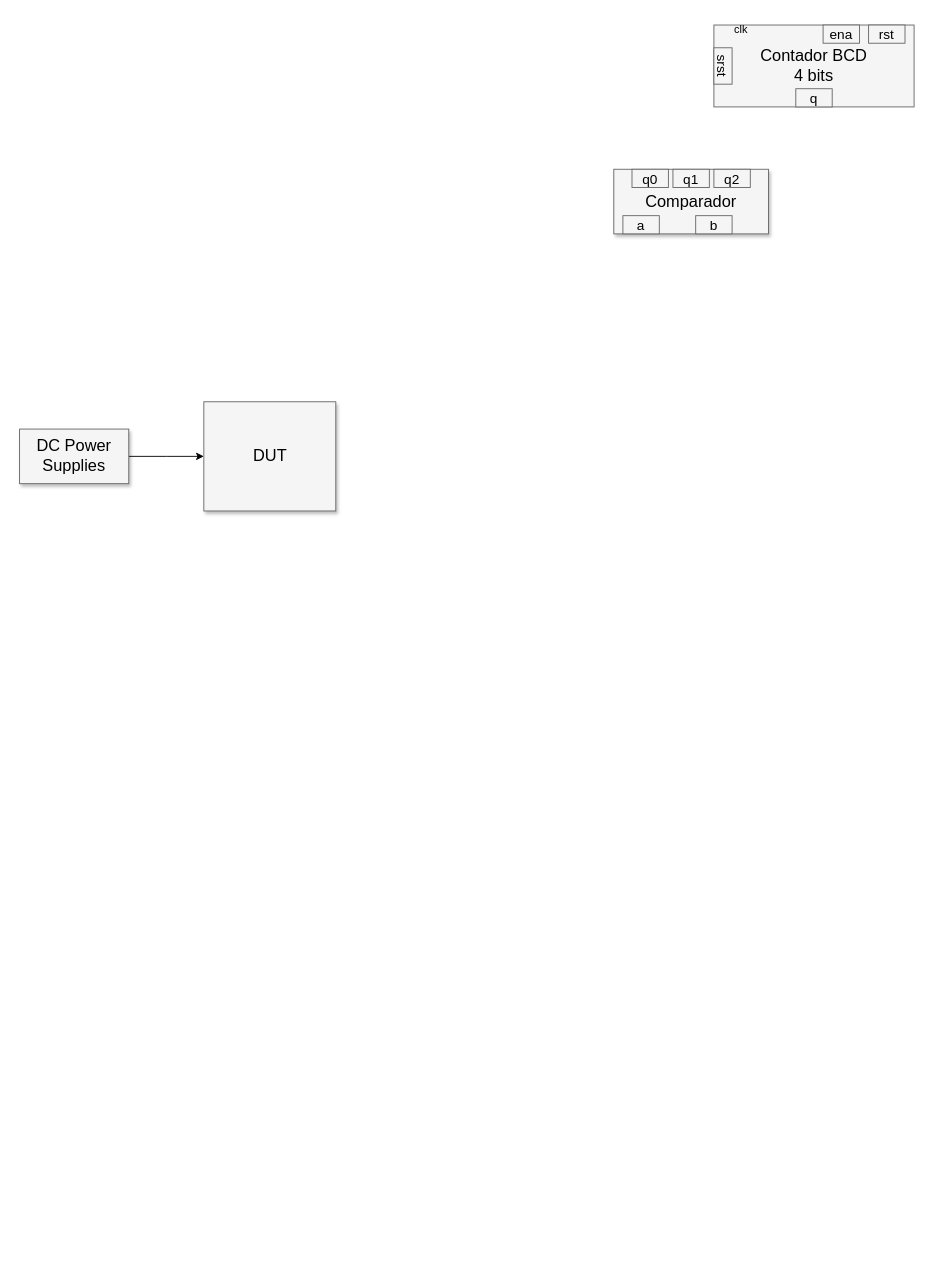
jmoro1/voltmeter keeps this draw.io diagram as template.drawio. Above is the earlier version. Source tidied: cells renumbered, new cells numbered last; positions are measured from the earlier drawing's top-left corner, leaving out a move shared by most shapes. Both pictures are drawn from the tidied source at 91%, with x=0, y=0 at pixel (19, 15).
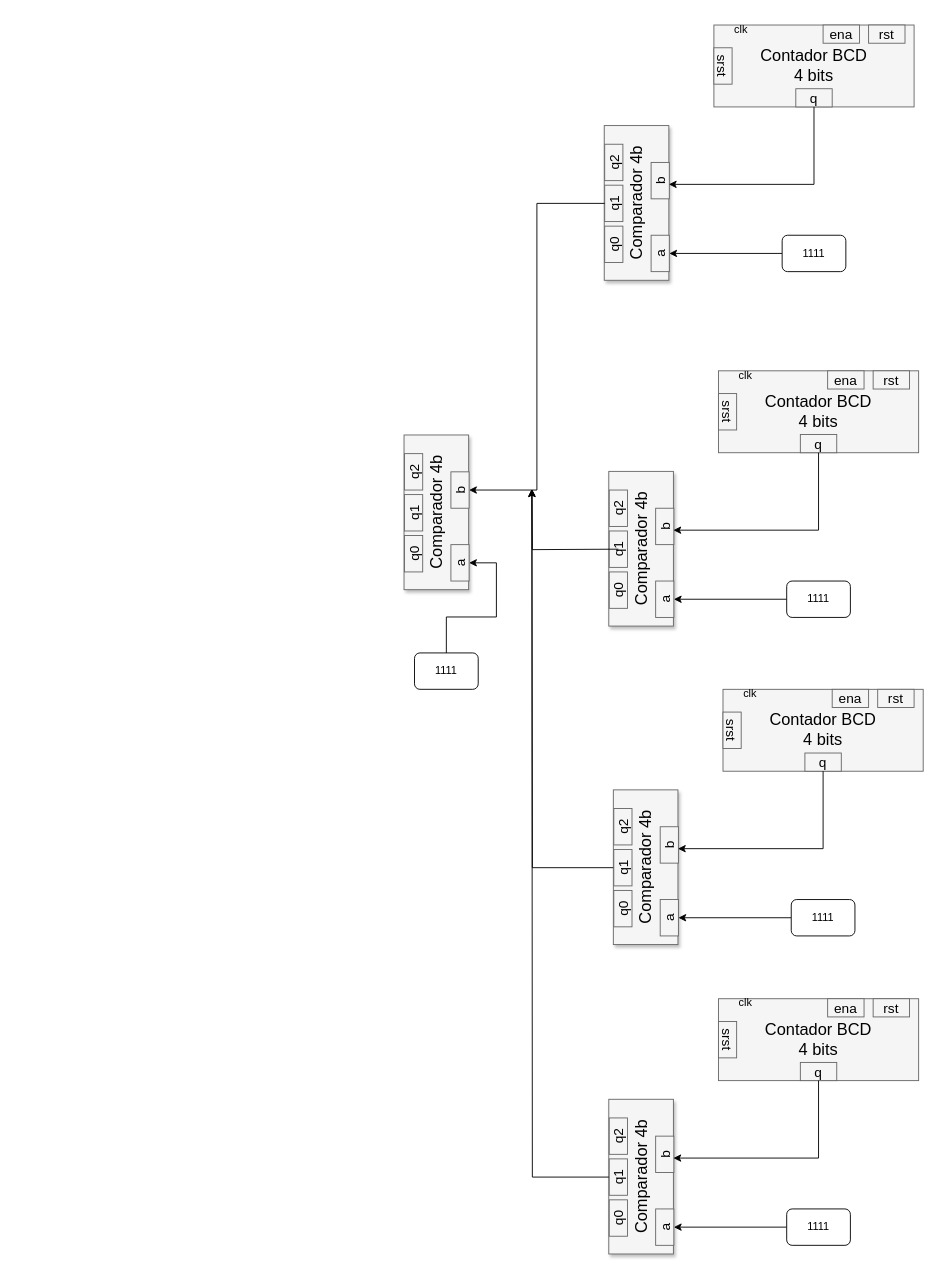
The same page after the edit.

Unchanged cells that the change refers to:
```xml
<mxCell id="11" value="q" style="whiteSpace=wrap;html=1;shadow=0;fontSize=15;fillColor=#f5f5f5;strokeColor=#666666;align=center;rotation=0;" parent="1" vertex="1">
  <mxGeometry x="853" y="80" width="40" height="20" as="geometry" />
</mxCell>
```

What changed in the source:
```diff
@@
-    <mxCell id="2" value="DUT" style="whiteSpace=wrap;html=1;shadow=1;fontSize=18;fillColor=#f5f5f5;strokeColor=#666666;" parent="1" vertex="1">
-      <mxGeometry x="202.5" y="424" width="145" height="120" as="geometry" />
-    </mxCell>
-    <mxCell id="3" style="edgeStyle=elbowEdgeStyle;rounded=0;html=1;startArrow=none;startFill=0;jettySize=auto;fontSize=18;elbow=vertical;" parent="1" edge="1" source="4" target="2">
-      <mxGeometry relative="1" as="geometry" />
-    </mxCell>
-    <mxCell id="4" value="DC Power Supplies" style="whiteSpace=wrap;html=1;shadow=1;fontSize=18;fillColor=#f5f5f5;strokeColor=#666666;" parent="1" vertex="1">
-      <mxGeometry y="454" width="120" height="60" as="geometry" />
-    </mxCell>
@@
-    <mxCell id="6" value="Comparador" style="whiteSpace=wrap;html=1;shadow=1;fontSize=18;fillColor=#f5f5f5;strokeColor=#666666;direction=west;points=[[0,0,0,0,0],[0,0.25,0,0,0],[0,0.5,0,0,0],[0,0.75,0,0,0],[0,1,0,0,0],[0.12,0,0,0,0],[0.12,1,0,0,0],[0.25,0,0,0,0],[0.25,1,0,0,0],[0.38,0,0,0,0],[0.5,0,0,0,0],[0.5,1,0,0,0],[0.62,0,0,0,0],[0.62,1,0,0,0],[0.75,0,0,0,0],[0.75,1,0,0,0],[1,0,0,0,0],[1,0.25,0,0,0],[1,0.5,0,0,0],[1,0.75,0,0,0],[1,1,0,0,0]];" parent="1" vertex="1">
-      <mxGeometry x="653" y="168.5" width="170" height="71" as="geometry" />
-    </mxCell>
@@
+    <mxCell id="17" style="group;rotation=-90;" parent="1" vertex="1">
+      <mxGeometry x="593" y="170" width="170" height="71" as="geometry" />
+    </mxCell>
+    <mxCell id="6" value="Comparador 4b" style="whiteSpace=wrap;html=1;shadow=1;fontSize=18;fillColor=#f5f5f5;strokeColor=#666666;direction=west;points=[[0,0,0,0,0],[0,0.25,0,0,0],[0,0.5,0,0,0],[0,0.75,0,0,0],[0,1,0,0,0],[0.12,0,0,0,0],[0.12,1,0,0,0],[0.25,0,0,0,0],[0.25,1,0,0,0],[0.38,0,0,0,0],[0.5,0,0,0,0],[0.5,1,0,0,0],[0.62,0,0,0,0],[0.62,1,0,0,0],[0.75,0,0,0,0],[0.75,1,0,0,0],[1,0,0,0,0],[1,0.25,0,0,0],[1,0.5,0,0,0],[1,0.75,0,0,0],[1,1,0,0,0]];rotation=-90;" parent="17" vertex="1">
+      <mxGeometry width="170" height="71" as="geometry" />
+    </mxCell>
-    <mxCell id="12" value="a" style="whiteSpace=wrap;html=1;shadow=0;fontSize=15;fillColor=#f5f5f5;strokeColor=#666666;align=center;rotation=0;" parent="1" vertex="1">
-      <mxGeometry x="663" y="219.5" width="40" height="20" as="geometry" />
+    <mxCell id="12" value="a" style="whiteSpace=wrap;html=1;shadow=0;fontSize=15;fillColor=#f5f5f5;strokeColor=#666666;align=center;rotation=-90;" parent="17" vertex="1">
+      <mxGeometry x="91" y="81" width="40" height="20" as="geometry" />
     </mxCell>
-    <mxCell id="13" value="b" style="whiteSpace=wrap;html=1;shadow=0;fontSize=15;fillColor=#f5f5f5;strokeColor=#666666;align=center;rotation=0;" parent="1" vertex="1">
-      <mxGeometry x="743" y="219.5" width="40" height="20" as="geometry" />
+    <mxCell id="13" value="b" style="whiteSpace=wrap;html=1;shadow=0;fontSize=15;fillColor=#f5f5f5;strokeColor=#666666;align=center;rotation=-90;" parent="17" vertex="1">
+      <mxGeometry x="91" y="1" width="40" height="20" as="geometry" />
     </mxCell>
-    <mxCell id="14" value="q0" style="whiteSpace=wrap;html=1;shadow=0;fontSize=15;fillColor=#f5f5f5;strokeColor=#666666;align=center;rotation=0;" parent="1" vertex="1">
-      <mxGeometry x="673" y="168.5" width="40" height="20" as="geometry" />
+    <mxCell id="14" value="q0" style="whiteSpace=wrap;html=1;shadow=0;fontSize=15;fillColor=#f5f5f5;strokeColor=#666666;align=center;rotation=-90;" parent="17" vertex="1">
+      <mxGeometry x="40" y="71" width="40" height="20" as="geometry" />
     </mxCell>
-    <mxCell id="15" value="q1" style="whiteSpace=wrap;html=1;shadow=0;fontSize=15;fillColor=#f5f5f5;strokeColor=#666666;align=center;rotation=0;" parent="1" vertex="1">
-      <mxGeometry x="718" y="168.5" width="40" height="20" as="geometry" />
+    <mxCell id="15" value="q1" style="whiteSpace=wrap;html=1;shadow=0;fontSize=15;fillColor=#f5f5f5;strokeColor=#666666;align=center;rotation=-90;" parent="17" vertex="1">
+      <mxGeometry x="40" y="26" width="40" height="20" as="geometry" />
     </mxCell>
-    <mxCell id="16" value="q2" style="whiteSpace=wrap;html=1;shadow=0;fontSize=15;fillColor=#f5f5f5;strokeColor=#666666;align=center;rotation=0;" parent="1" vertex="1">
-      <mxGeometry x="763" y="168.5" width="40" height="20" as="geometry" />
+    <mxCell id="16" value="q2" style="whiteSpace=wrap;html=1;shadow=0;fontSize=15;fillColor=#f5f5f5;strokeColor=#666666;align=center;rotation=-90;" parent="17" vertex="1">
+      <mxGeometry x="40" y="-19" width="40" height="20" as="geometry" />
     </mxCell>
+    <mxCell id="18" style="edgeStyle=orthogonalEdgeStyle;rounded=0;jettySize=auto;html=1;exitX=0.5;exitY=1;exitDx=0;exitDy=0;entryX=0.38;entryY=0;entryDx=0;entryDy=0;entryPerimeter=0;" parent="1" edge="1" source="11" target="6">
+      <mxGeometry relative="1" as="geometry" />
+    </mxCell>
+    <mxCell id="19" style="edgeStyle=orthogonalEdgeStyle;rounded=0;jettySize=auto;html=1;exitX=0;exitY=0.5;exitDx=0;exitDy=0;" parent="1" edge="1" source="20" target="12">
+      <mxGeometry relative="1" as="geometry" />
+    </mxCell>
+    <mxCell id="20" value="1111" style="rounded=1;whiteSpace=wrap;html=1;" parent="1" vertex="1">
+      <mxGeometry x="838" y="241" width="70" height="40" as="geometry" />
+    </mxCell>
+    <mxCell id="21" value="Contador BCD&lt;br&gt;4 bits" style="whiteSpace=wrap;html=1;shadow=0;fontSize=18;fillColor=#f5f5f5;strokeColor=#666666;" parent="1" vertex="1">
+      <mxGeometry x="768" y="390" width="220" height="90" as="geometry" />
+    </mxCell>
+    <mxCell id="22" value="clk" style="text;strokeColor=none;align=center;fillColor=none;html=1;verticalAlign=middle;whiteSpace=wrap;rounded=0;" parent="1" vertex="1">
+      <mxGeometry x="768" y="380" width="60" height="30" as="geometry" />
+    </mxCell>
+    <mxCell id="23" value="srst" style="whiteSpace=wrap;html=1;shadow=0;fontSize=15;fillColor=#f5f5f5;strokeColor=#666666;align=center;rotation=90;" parent="1" vertex="1">
+      <mxGeometry x="758" y="425" width="40" height="20" as="geometry" />
+    </mxCell>
+    <mxCell id="24" value="ena" style="whiteSpace=wrap;html=1;shadow=0;fontSize=15;fillColor=#f5f5f5;strokeColor=#666666;align=center;rotation=0;" parent="1" vertex="1">
+      <mxGeometry x="888" y="390" width="40" height="20" as="geometry" />
+    </mxCell>
+    <mxCell id="25" value="rst" style="whiteSpace=wrap;html=1;shadow=0;fontSize=15;fillColor=#f5f5f5;strokeColor=#666666;align=center;rotation=0;" parent="1" vertex="1">
+      <mxGeometry x="938" y="390" width="40" height="20" as="geometry" />
+    </mxCell>
+    <mxCell id="26" value="q" style="whiteSpace=wrap;html=1;shadow=0;fontSize=15;fillColor=#f5f5f5;strokeColor=#666666;align=center;rotation=0;" parent="1" vertex="1">
+      <mxGeometry x="858" y="460" width="40" height="20" as="geometry" />
+    </mxCell>
+    <mxCell id="27" style="group;rotation=-90;" parent="1" vertex="1">
+      <mxGeometry x="598" y="550" width="170" height="71" as="geometry" />
+    </mxCell>
+    <mxCell id="28" value="Comparador 4b" style="whiteSpace=wrap;html=1;shadow=1;fontSize=18;fillColor=#f5f5f5;strokeColor=#666666;direction=west;points=[[0,0,0,0,0],[0,0.25,0,0,0],[0,0.5,0,0,0],[0,0.75,0,0,0],[0,1,0,0,0],[0.12,0,0,0,0],[0.12,1,0,0,0],[0.25,0,0,0,0],[0.25,1,0,0,0],[0.38,0,0,0,0],[0.5,0,0,0,0],[0.5,1,0,0,0],[0.62,0,0,0,0],[0.62,1,0,0,0],[0.75,0,0,0,0],[0.75,1,0,0,0],[1,0,0,0,0],[1,0.25,0,0,0],[1,0.5,0,0,0],[1,0.75,0,0,0],[1,1,0,0,0]];rotation=-90;" parent="27" vertex="1">
+      <mxGeometry width="170" height="71" as="geometry" />
+    </mxCell>
+    <mxCell id="29" value="a" style="whiteSpace=wrap;html=1;shadow=0;fontSize=15;fillColor=#f5f5f5;strokeColor=#666666;align=center;rotation=-90;" parent="27" vertex="1">
+      <mxGeometry x="91" y="81" width="40" height="20" as="geometry" />
+    </mxCell>
+    <mxCell id="30" value="b" style="whiteSpace=wrap;html=1;shadow=0;fontSize=15;fillColor=#f5f5f5;strokeColor=#666666;align=center;rotation=-90;" parent="27" vertex="1">
+      <mxGeometry x="91" y="1" width="40" height="20" as="geometry" />
+    </mxCell>
+    <mxCell id="31" value="q0" style="whiteSpace=wrap;html=1;shadow=0;fontSize=15;fillColor=#f5f5f5;strokeColor=#666666;align=center;rotation=-90;" parent="27" vertex="1">
+      <mxGeometry x="40" y="71" width="40" height="20" as="geometry" />
+    </mxCell>
+    <mxCell id="32" value="q1" style="whiteSpace=wrap;html=1;shadow=0;fontSize=15;fillColor=#f5f5f5;strokeColor=#666666;align=center;rotation=-90;" parent="27" vertex="1">
+      <mxGeometry x="40" y="26" width="40" height="20" as="geometry" />
+    </mxCell>
+    <mxCell id="33" value="q2" style="whiteSpace=wrap;html=1;shadow=0;fontSize=15;fillColor=#f5f5f5;strokeColor=#666666;align=center;rotation=-90;" parent="27" vertex="1">
+      <mxGeometry x="40" y="-19" width="40" height="20" as="geometry" />
+    </mxCell>
+    <mxCell id="34" style="edgeStyle=orthogonalEdgeStyle;rounded=0;jettySize=auto;html=1;exitX=0.5;exitY=1;exitDx=0;exitDy=0;entryX=0.38;entryY=0;entryDx=0;entryDy=0;entryPerimeter=0;" parent="1" edge="1" source="26" target="28">
+      <mxGeometry relative="1" as="geometry" />
+    </mxCell>
+    <mxCell id="35" style="edgeStyle=orthogonalEdgeStyle;rounded=0;jettySize=auto;html=1;exitX=0;exitY=0.5;exitDx=0;exitDy=0;" parent="1" edge="1" source="36" target="29">
+      <mxGeometry relative="1" as="geometry" />
+    </mxCell>
+    <mxCell id="36" value="1111" style="rounded=1;whiteSpace=wrap;html=1;" parent="1" vertex="1">
+      <mxGeometry x="843" y="621" width="70" height="40" as="geometry" />
+    </mxCell>
+    <mxCell id="37" value="Contador BCD&lt;br&gt;4 bits" style="whiteSpace=wrap;html=1;shadow=0;fontSize=18;fillColor=#f5f5f5;strokeColor=#666666;" parent="1" vertex="1">
+      <mxGeometry x="773" y="740" width="220" height="90" as="geometry" />
+    </mxCell>
+    <mxCell id="38" value="clk" style="text;strokeColor=none;align=center;fillColor=none;html=1;verticalAlign=middle;whiteSpace=wrap;rounded=0;" parent="1" vertex="1">
+      <mxGeometry x="773" y="730" width="60" height="30" as="geometry" />
+    </mxCell>
+    <mxCell id="39" value="srst" style="whiteSpace=wrap;html=1;shadow=0;fontSize=15;fillColor=#f5f5f5;strokeColor=#666666;align=center;rotation=90;" parent="1" vertex="1">
+      <mxGeometry x="763" y="775" width="40" height="20" as="geometry" />
+    </mxCell>
+    <mxCell id="40" value="ena" style="whiteSpace=wrap;html=1;shadow=0;fontSize=15;fillColor=#f5f5f5;strokeColor=#666666;align=center;rotation=0;" parent="1" vertex="1">
+      <mxGeometry x="893" y="740" width="40" height="20" as="geometry" />
+    </mxCell>
+    <mxCell id="41" value="rst" style="whiteSpace=wrap;html=1;shadow=0;fontSize=15;fillColor=#f5f5f5;strokeColor=#666666;align=center;rotation=0;" parent="1" vertex="1">
+      <mxGeometry x="943" y="740" width="40" height="20" as="geometry" />
+    </mxCell>
+    <mxCell id="42" value="q" style="whiteSpace=wrap;html=1;shadow=0;fontSize=15;fillColor=#f5f5f5;strokeColor=#666666;align=center;rotation=0;" parent="1" vertex="1">
+      <mxGeometry x="863" y="810" width="40" height="20" as="geometry" />
+    </mxCell>
+    <mxCell id="43" style="group;rotation=-90;" parent="1" vertex="1">
+      <mxGeometry x="603" y="900" width="170" height="71" as="geometry" />
+    </mxCell>
+    <mxCell id="44" value="Comparador 4b" style="whiteSpace=wrap;html=1;shadow=1;fontSize=18;fillColor=#f5f5f5;strokeColor=#666666;direction=west;points=[[0,0,0,0,0],[0,0.25,0,0,0],[0,0.5,0,0,0],[0,0.75,0,0,0],[0,1,0,0,0],[0.12,0,0,0,0],[0.12,1,0,0,0],[0.25,0,0,0,0],[0.25,1,0,0,0],[0.38,0,0,0,0],[0.5,0,0,0,0],[0.5,1,0,0,0],[0.62,0,0,0,0],[0.62,1,0,0,0],[0.75,0,0,0,0],[0.75,1,0,0,0],[1,0,0,0,0],[1,0.25,0,0,0],[1,0.5,0,0,0],[1,0.75,0,0,0],[1,1,0,0,0]];rotation=-90;" parent="43" vertex="1">
+      <mxGeometry width="170" height="71" as="geometry" />
+    </mxCell>
+    <mxCell id="45" value="a" style="whiteSpace=wrap;html=1;shadow=0;fontSize=15;fillColor=#f5f5f5;strokeColor=#666666;align=center;rotation=-90;" parent="43" vertex="1">
+      <mxGeometry x="91" y="81" width="40" height="20" as="geometry" />
+    </mxCell>
+    <mxCell id="46" value="b" style="whiteSpace=wrap;html=1;shadow=0;fontSize=15;fillColor=#f5f5f5;strokeColor=#666666;align=center;rotation=-90;" parent="43" vertex="1">
+      <mxGeometry x="91" y="1" width="40" height="20" as="geometry" />
+    </mxCell>
+    <mxCell id="47" value="q0" style="whiteSpace=wrap;html=1;shadow=0;fontSize=15;fillColor=#f5f5f5;strokeColor=#666666;align=center;rotation=-90;" parent="43" vertex="1">
+      <mxGeometry x="40" y="71" width="40" height="20" as="geometry" />
+    </mxCell>
+    <mxCell id="48" style="edgeStyle=orthogonalEdgeStyle;rounded=0;jettySize=auto;html=1;exitX=0.5;exitY=0;exitDx=0;exitDy=0;" parent="43" edge="1" source="49">
+      <mxGeometry relative="1" as="geometry">
+        <mxPoint x="-40" y="-380" as="targetPoint" />
+      </mxGeometry>
+    </mxCell>
+    <mxCell id="49" value="q1" style="whiteSpace=wrap;html=1;shadow=0;fontSize=15;fillColor=#f5f5f5;strokeColor=#666666;align=center;rotation=-90;" parent="43" vertex="1">
+      <mxGeometry x="40" y="26" width="40" height="20" as="geometry" />
+    </mxCell>
+    <mxCell id="50" value="q2" style="whiteSpace=wrap;html=1;shadow=0;fontSize=15;fillColor=#f5f5f5;strokeColor=#666666;align=center;rotation=-90;" parent="43" vertex="1">
+      <mxGeometry x="40" y="-19" width="40" height="20" as="geometry" />
+    </mxCell>
+    <mxCell id="51" style="edgeStyle=orthogonalEdgeStyle;rounded=0;jettySize=auto;html=1;exitX=0.5;exitY=1;exitDx=0;exitDy=0;entryX=0.38;entryY=0;entryDx=0;entryDy=0;entryPerimeter=0;" parent="1" edge="1" source="42" target="44">
+      <mxGeometry relative="1" as="geometry" />
+    </mxCell>
+    <mxCell id="52" style="edgeStyle=orthogonalEdgeStyle;rounded=0;jettySize=auto;html=1;exitX=0;exitY=0.5;exitDx=0;exitDy=0;" parent="1" edge="1" source="53" target="45">
+      <mxGeometry relative="1" as="geometry" />
+    </mxCell>
+    <mxCell id="53" value="1111" style="rounded=1;whiteSpace=wrap;html=1;" parent="1" vertex="1">
+      <mxGeometry x="848" y="971" width="70" height="40" as="geometry" />
+    </mxCell>
+    <mxCell id="54" value="Contador BCD&lt;br&gt;4 bits" style="whiteSpace=wrap;html=1;shadow=0;fontSize=18;fillColor=#f5f5f5;strokeColor=#666666;" parent="1" vertex="1">
+      <mxGeometry x="768" y="1080" width="220" height="90" as="geometry" />
+    </mxCell>
+    <mxCell id="55" value="clk" style="text;strokeColor=none;align=center;fillColor=none;html=1;verticalAlign=middle;whiteSpace=wrap;rounded=0;" parent="1" vertex="1">
+      <mxGeometry x="768" y="1070" width="60" height="30" as="geometry" />
+    </mxCell>
+    <mxCell id="56" value="srst" style="whiteSpace=wrap;html=1;shadow=0;fontSize=15;fillColor=#f5f5f5;strokeColor=#666666;align=center;rotation=90;" parent="1" vertex="1">
+      <mxGeometry x="758" y="1115" width="40" height="20" as="geometry" />
+    </mxCell>
+    <mxCell id="57" value="ena" style="whiteSpace=wrap;html=1;shadow=0;fontSize=15;fillColor=#f5f5f5;strokeColor=#666666;align=center;rotation=0;" parent="1" vertex="1">
+      <mxGeometry x="888" y="1080" width="40" height="20" as="geometry" />
+    </mxCell>
+    <mxCell id="58" value="rst" style="whiteSpace=wrap;html=1;shadow=0;fontSize=15;fillColor=#f5f5f5;strokeColor=#666666;align=center;rotation=0;" parent="1" vertex="1">
+      <mxGeometry x="938" y="1080" width="40" height="20" as="geometry" />
+    </mxCell>
+    <mxCell id="59" value="q" style="whiteSpace=wrap;html=1;shadow=0;fontSize=15;fillColor=#f5f5f5;strokeColor=#666666;align=center;rotation=0;" parent="1" vertex="1">
+      <mxGeometry x="858" y="1150" width="40" height="20" as="geometry" />
+    </mxCell>
+    <mxCell id="60" style="group;rotation=-90;" parent="1" vertex="1">
+      <mxGeometry x="598" y="1240" width="170" height="71" as="geometry" />
+    </mxCell>
+    <mxCell id="61" value="Comparador 4b" style="whiteSpace=wrap;html=1;shadow=1;fontSize=18;fillColor=#f5f5f5;strokeColor=#666666;direction=west;points=[[0,0,0,0,0],[0,0.25,0,0,0],[0,0.5,0,0,0],[0,0.75,0,0,0],[0,1,0,0,0],[0.12,0,0,0,0],[0.12,1,0,0,0],[0.25,0,0,0,0],[0.25,1,0,0,0],[0.38,0,0,0,0],[0.5,0,0,0,0],[0.5,1,0,0,0],[0.62,0,0,0,0],[0.62,1,0,0,0],[0.75,0,0,0,0],[0.75,1,0,0,0],[1,0,0,0,0],[1,0.25,0,0,0],[1,0.5,0,0,0],[1,0.75,0,0,0],[1,1,0,0,0]];rotation=-90;" parent="60" vertex="1">
+      <mxGeometry width="170" height="71" as="geometry" />
+    </mxCell>
+    <mxCell id="62" value="a" style="whiteSpace=wrap;html=1;shadow=0;fontSize=15;fillColor=#f5f5f5;strokeColor=#666666;align=center;rotation=-90;" parent="60" vertex="1">
+      <mxGeometry x="91" y="81" width="40" height="20" as="geometry" />
+    </mxCell>
+    <mxCell id="63" value="b" style="whiteSpace=wrap;html=1;shadow=0;fontSize=15;fillColor=#f5f5f5;strokeColor=#666666;align=center;rotation=-90;" parent="60" vertex="1">
+      <mxGeometry x="91" y="1" width="40" height="20" as="geometry" />
+    </mxCell>
+    <mxCell id="64" value="q0" style="whiteSpace=wrap;html=1;shadow=0;fontSize=15;fillColor=#f5f5f5;strokeColor=#666666;align=center;rotation=-90;" parent="60" vertex="1">
+      <mxGeometry x="40" y="71" width="40" height="20" as="geometry" />
+    </mxCell>
+    <mxCell id="65" style="edgeStyle=orthogonalEdgeStyle;rounded=0;jettySize=auto;html=1;exitX=0.5;exitY=0;exitDx=0;exitDy=0;" parent="60" edge="1" source="66">
+      <mxGeometry relative="1" as="geometry">
+        <mxPoint x="-35" y="-720" as="targetPoint" />
+      </mxGeometry>
+    </mxCell>
+    <mxCell id="66" value="q1" style="whiteSpace=wrap;html=1;shadow=0;fontSize=15;fillColor=#f5f5f5;strokeColor=#666666;align=center;rotation=-90;" parent="60" vertex="1">
+      <mxGeometry x="40" y="26" width="40" height="20" as="geometry" />
+    </mxCell>
+    <mxCell id="67" value="q2" style="whiteSpace=wrap;html=1;shadow=0;fontSize=15;fillColor=#f5f5f5;strokeColor=#666666;align=center;rotation=-90;" parent="60" vertex="1">
+      <mxGeometry x="40" y="-19" width="40" height="20" as="geometry" />
+    </mxCell>
+    <mxCell id="68" style="edgeStyle=orthogonalEdgeStyle;rounded=0;jettySize=auto;html=1;exitX=0.5;exitY=1;exitDx=0;exitDy=0;entryX=0.38;entryY=0;entryDx=0;entryDy=0;entryPerimeter=0;" parent="1" edge="1" source="59" target="61">
+      <mxGeometry relative="1" as="geometry" />
+    </mxCell>
+    <mxCell id="69" style="edgeStyle=orthogonalEdgeStyle;rounded=0;jettySize=auto;html=1;exitX=0;exitY=0.5;exitDx=0;exitDy=0;" parent="1" edge="1" source="70" target="62">
+      <mxGeometry relative="1" as="geometry" />
+    </mxCell>
+    <mxCell id="70" value="1111" style="rounded=1;whiteSpace=wrap;html=1;" parent="1" vertex="1">
+      <mxGeometry x="843" y="1311" width="70" height="40" as="geometry" />
+    </mxCell>
+    <mxCell id="71" style="group;rotation=-90;" parent="1" vertex="1">
+      <mxGeometry x="373" y="510" width="170" height="71" as="geometry" />
+    </mxCell>
+    <mxCell id="72" value="Comparador 4b" style="whiteSpace=wrap;html=1;shadow=1;fontSize=18;fillColor=#f5f5f5;strokeColor=#666666;direction=west;rotation=-90;" parent="71" vertex="1">
+      <mxGeometry width="170" height="71" as="geometry" />
+    </mxCell>
+    <mxCell id="73" value="a" style="whiteSpace=wrap;html=1;shadow=0;fontSize=15;fillColor=#f5f5f5;strokeColor=#666666;align=center;rotation=-90;" parent="71" vertex="1">
+      <mxGeometry x="91" y="81" width="40" height="20" as="geometry" />
+    </mxCell>
+    <mxCell id="74" value="b" style="whiteSpace=wrap;html=1;shadow=0;fontSize=15;fillColor=#f5f5f5;strokeColor=#666666;align=center;rotation=-90;" parent="71" vertex="1">
+      <mxGeometry x="91" y="1" width="40" height="20" as="geometry" />
+    </mxCell>
+    <mxCell id="75" value="q0" style="whiteSpace=wrap;html=1;shadow=0;fontSize=15;fillColor=#f5f5f5;strokeColor=#666666;align=center;rotation=-90;" parent="71" vertex="1">
+      <mxGeometry x="40" y="71" width="40" height="20" as="geometry" />
+    </mxCell>
+    <mxCell id="76" value="q1" style="whiteSpace=wrap;html=1;shadow=0;fontSize=15;fillColor=#f5f5f5;strokeColor=#666666;align=center;rotation=-90;" parent="71" vertex="1">
+      <mxGeometry x="40" y="26" width="40" height="20" as="geometry" />
+    </mxCell>
+    <mxCell id="77" value="q2" style="whiteSpace=wrap;html=1;shadow=0;fontSize=15;fillColor=#f5f5f5;strokeColor=#666666;align=center;rotation=-90;" parent="71" vertex="1">
+      <mxGeometry x="40" y="-19" width="40" height="20" as="geometry" />
+    </mxCell>
+    <mxCell id="78" style="edgeStyle=orthogonalEdgeStyle;rounded=0;jettySize=auto;html=1;exitX=0.5;exitY=0;exitDx=0;exitDy=0;entryX=0.5;entryY=1;entryDx=0;entryDy=0;" parent="1" edge="1" source="15" target="74">
+      <mxGeometry relative="1" as="geometry" />
+    </mxCell>
+    <mxCell id="79" style="edgeStyle=orthogonalEdgeStyle;rounded=0;jettySize=auto;html=1;exitX=0.5;exitY=0;exitDx=0;exitDy=0;entryX=0.5;entryY=1;entryDx=0;entryDy=0;" parent="1" edge="1" source="80" target="73">
+      <mxGeometry relative="1" as="geometry" />
+    </mxCell>
+    <mxCell id="80" value="1111" style="rounded=1;whiteSpace=wrap;html=1;" parent="1" vertex="1">
+      <mxGeometry x="434" y="700" width="70" height="40" as="geometry" />
+    </mxCell>
+    <mxCell id="81" style="edgeStyle=orthogonalEdgeStyle;rounded=0;orthogonalLoop=1;jettySize=auto;html=1;exitX=0.5;exitY=0;exitDx=0;exitDy=0;" parent="1" edge="1">
+      <mxGeometry relative="1" as="geometry">
+        <mxPoint x="658" y="586" as="sourcePoint" />
+        <mxPoint x="563" y="520" as="targetPoint" />
+      </mxGeometry>
+    </mxCell>
```
